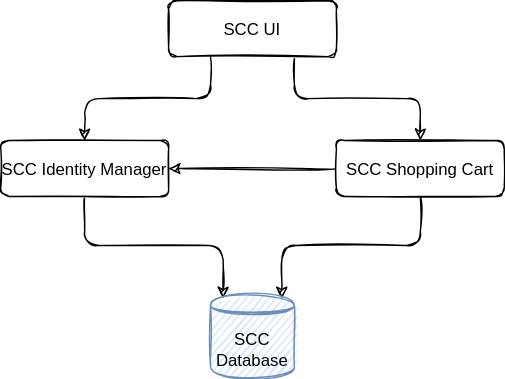
This is diagrams/high-level.drawio.svg from domenico-piol/SCCstore, a draw.io export, as it was before one commit. Source tidied: cells renumbered, new cells last; positions are measured from the earlier drawing's top-left corner, leaving out a move shared by most shapes.
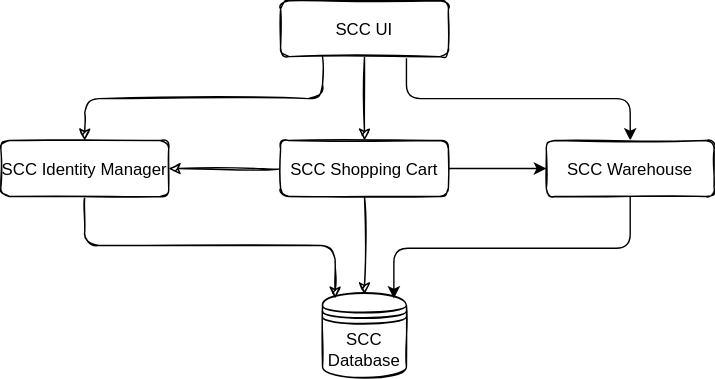
After the change.

The edit, as a diff of the source:
```diff
@@ -5,29 +5,41 @@
     <mxCell id="2" style="edgeStyle=orthogonalEdgeStyle;html=1;sketch=1;exitX=0.25;exitY=1;exitDx=0;exitDy=0;" parent="1" edge="1" source="4" target="6">
       <mxGeometry relative="1" as="geometry" />
     </mxCell>
-    <mxCell id="3" style="edgeStyle=orthogonalEdgeStyle;html=1;sketch=1;exitX=0.75;exitY=1;exitDx=0;exitDy=0;" parent="1" edge="1" source="4" target="9">
+    <mxCell id="3" style="edgeStyle=orthogonalEdgeStyle;html=1;sketch=1;exitX=0.5;exitY=1;exitDx=0;exitDy=0;" parent="1" edge="1" source="4" target="9">
       <mxGeometry relative="1" as="geometry" />
     </mxCell>
+    <mxCell id="11" style="edgeStyle=elbowEdgeStyle;html=1;exitX=0.75;exitY=1;exitDx=0;exitDy=0;entryX=0.5;entryY=0;entryDx=0;entryDy=0;elbow=vertical;" parent="1" edge="1" source="4" target="14">
+      <mxGeometry relative="1" as="geometry" />
+    </mxCell>
     <mxCell id="4" value="SCC UI" style="fontStyle=0;sketch=1;rounded=1;" parent="1" vertex="1">
-      <mxGeometry x="120" width="120" height="40" as="geometry" />
+      <mxGeometry x="110" y="-40" width="120" height="40" as="geometry" />
     </mxCell>
     <mxCell id="5" style="edgeStyle=orthogonalEdgeStyle;html=1;entryX=0.15;entryY=0.05;entryDx=0;entryDy=0;entryPerimeter=0;sketch=1;exitX=0.5;exitY=1;exitDx=0;exitDy=0;" parent="1" edge="1" source="6" target="10">
       <mxGeometry relative="1" as="geometry" />
     </mxCell>
     <mxCell id="6" value="SCC Identity Manager" style="fontStyle=0;sketch=1;rounded=1;" parent="1" vertex="1">
-      <mxGeometry y="100" width="120" height="40" as="geometry" />
+      <mxGeometry x="-90" y="60" width="120" height="40" as="geometry" />
     </mxCell>
-    <mxCell id="7" style="edgeStyle=orthogonalEdgeStyle;html=1;entryX=0.85;entryY=0.05;entryDx=0;entryDy=0;entryPerimeter=0;sketch=1;exitX=0.5;exitY=1;exitDx=0;exitDy=0;" parent="1" edge="1" source="9" target="10">
+    <mxCell id="7" style="edgeStyle=orthogonalEdgeStyle;html=1;entryX=0.5;entryY=0;entryDx=0;entryDy=0;sketch=1;exitX=0.5;exitY=1;exitDx=0;exitDy=0;" parent="1" edge="1" source="9" target="10">
       <mxGeometry relative="1" as="geometry" />
     </mxCell>
     <mxCell id="8" style="edgeStyle=none;html=1;entryX=1;entryY=0.5;entryDx=0;entryDy=0;sketch=1;curved=1;" parent="1" edge="1" source="9" target="6">
       <mxGeometry relative="1" as="geometry" />
     </mxCell>
+    <mxCell id="12" style="edgeStyle=none;html=1;exitX=1;exitY=0.5;exitDx=0;exitDy=0;entryX=0;entryY=0.5;entryDx=0;entryDy=0;" parent="1" edge="1" source="9" target="14">
+      <mxGeometry relative="1" as="geometry" />
+    </mxCell>
     <mxCell id="9" value="SCC Shopping Cart" style="fontStyle=0;sketch=1;rounded=1;" parent="1" vertex="1">
-      <mxGeometry x="240" y="100" width="120" height="40" as="geometry" />
+      <mxGeometry x="110" y="60" width="120" height="40" as="geometry" />
     </mxCell>
-    <mxCell id="10" value="SCC Database" style="shape=datastore;whiteSpace=wrap;html=1;sketch=1;rounded=1;fillColor=#dae8fc;strokeColor=#6c8ebf;" parent="1" vertex="1">
-      <mxGeometry x="150" y="210" width="60" height="60" as="geometry" />
+    <mxCell id="10" value="SCC Database" style="shape=datastore;whiteSpace=wrap;html=1;sketch=1;rounded=1;fillColor=none;" parent="1" vertex="1">
+      <mxGeometry x="140" y="170" width="60" height="60" as="geometry" />
     </mxCell>
+    <mxCell id="13" style="edgeStyle=elbowEdgeStyle;elbow=vertical;html=1;exitX=0.5;exitY=1;exitDx=0;exitDy=0;entryX=0.85;entryY=0.05;entryDx=0;entryDy=0;entryPerimeter=0;" parent="1" edge="1" source="14" target="10">
+      <mxGeometry relative="1" as="geometry" />
+    </mxCell>
+    <mxCell id="14" value="SCC Warehouse" style="fontStyle=0;sketch=1;rounded=1;" parent="1" vertex="1">
+      <mxGeometry x="300" y="60" width="120" height="40" as="geometry" />
+    </mxCell>
   </root>
 </mxGraphModel>
```
